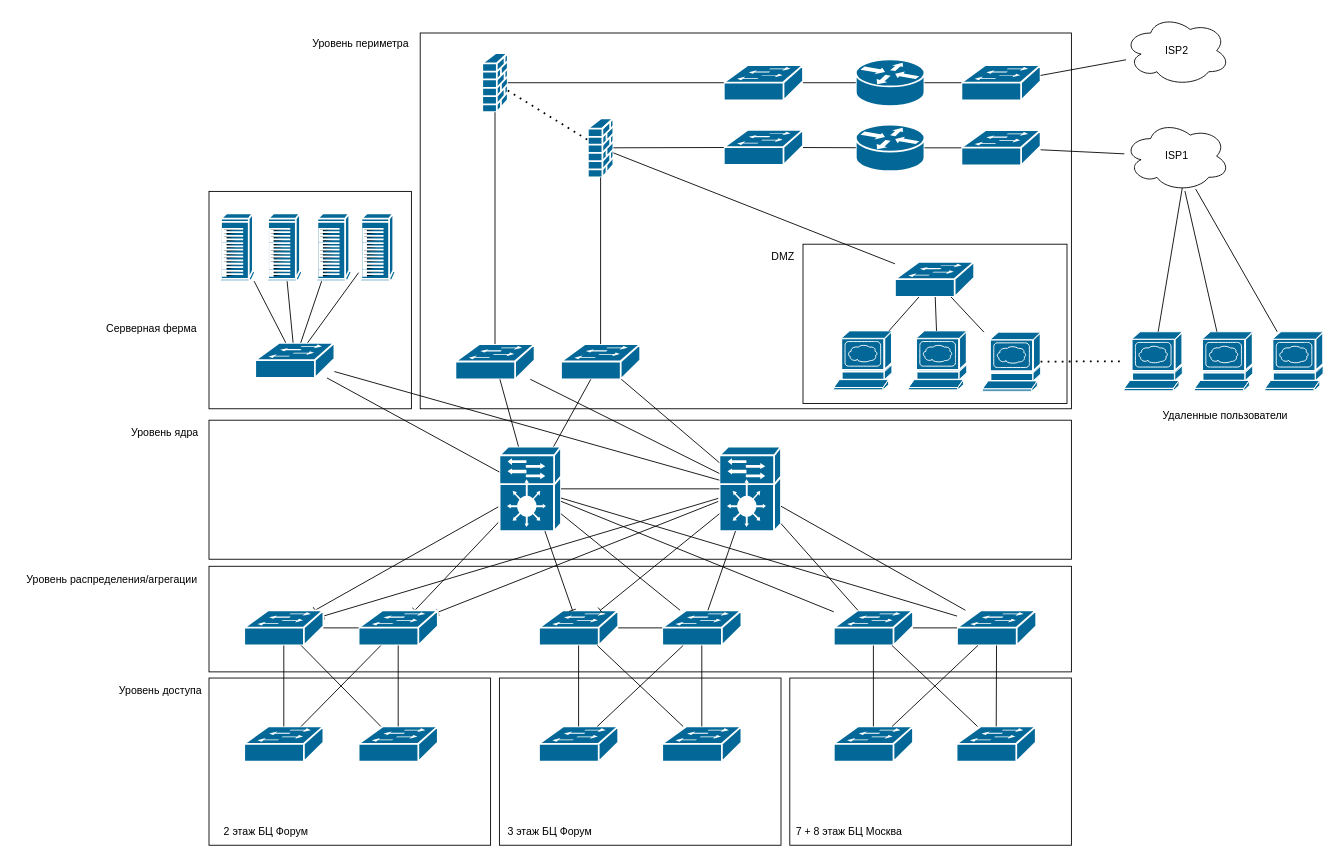
Earlier version of the draw.io diagram Untitled Diagram.drawio (kronalf/arhitektura_lan). Source tidied: cells renumbered, new cells numbered last; positions are measured from the earlier drawing's top-left corner, leaving out a move shared by most shapes. Both pictures are drawn from the tidied source at 88%, with x=0, y=0 at pixel (15, 15).
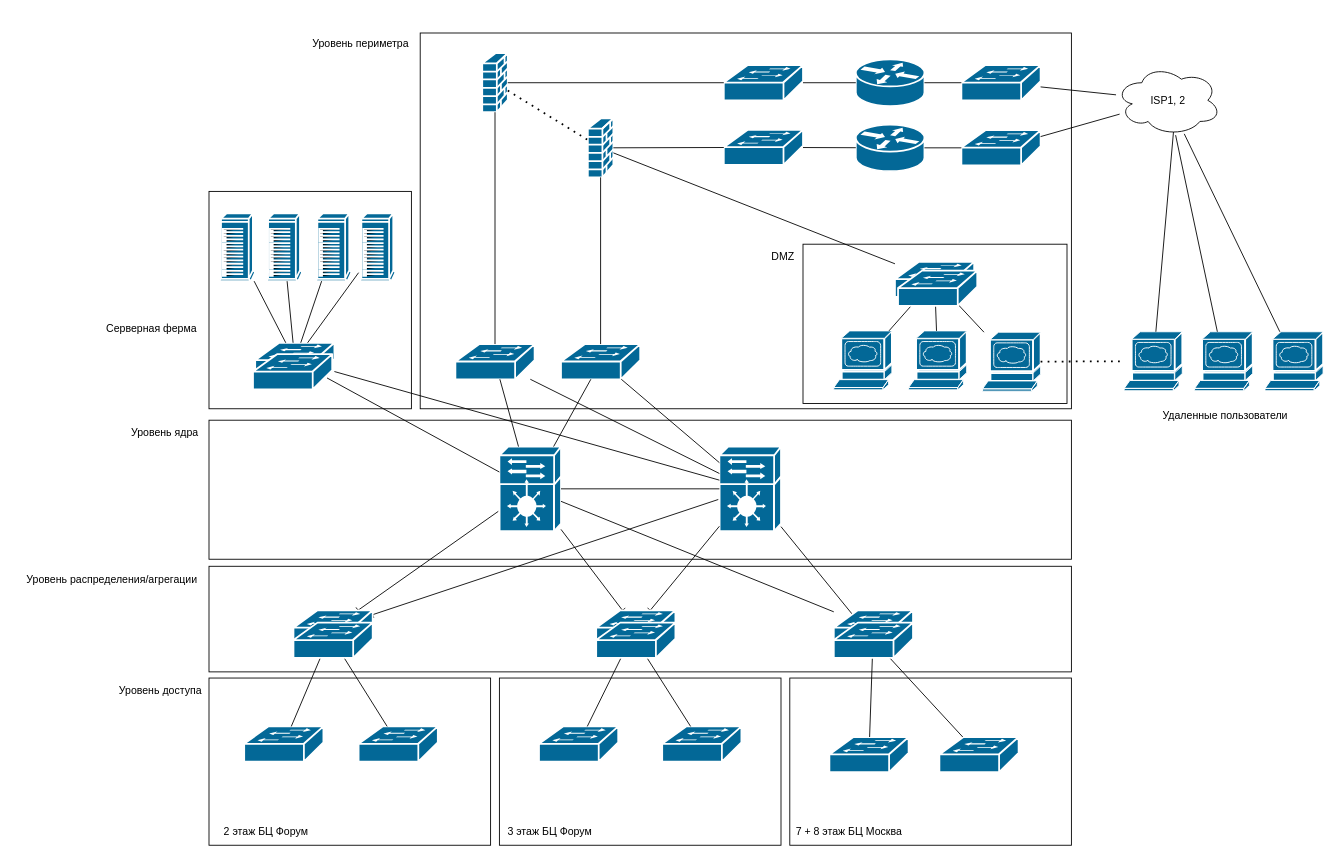
After the change.

The change refers to these unchanged cells:
```xml
<mxCell id="11" style="shape=mxgraph.cisco.controllers_and_modules.service_module;sketch=0;html=1;dashed=0;fillColor=#036897;strokeColor=#ffffff;strokeWidth=2;verticalLabelPosition=bottom;verticalAlign=top;align=center;outlineConnect=0;" parent="1" vertex="1">
  <mxGeometry x="550" y="490" width="70" height="96" as="geometry" />
</mxCell>
<mxCell id="12" style="shape=mxgraph.cisco.controllers_and_modules.service_module;sketch=0;html=1;dashed=0;fillColor=#036897;strokeColor=#ffffff;strokeWidth=2;verticalLabelPosition=bottom;verticalAlign=top;align=center;outlineConnect=0;" parent="1" vertex="1">
  <mxGeometry x="800" y="490" width="70" height="96" as="geometry" />
</mxCell>
<mxCell id="25" style="shape=mxgraph.cisco.switches.workgroup_switch;sketch=0;html=1;dashed=0;fillColor=#036897;strokeColor=#ffffff;strokeWidth=2;verticalLabelPosition=bottom;verticalAlign=top;align=center;outlineConnect=0;" parent="1" vertex="1">
  <mxGeometry x="1075" y="56.5" width="90" height="40" as="geometry" />
</mxCell>
<mxCell id="50" style="shape=mxgraph.cisco.switches.workgroup_switch;sketch=0;html=1;dashed=0;fillColor=#036897;strokeColor=#ffffff;strokeWidth=2;verticalLabelPosition=bottom;verticalAlign=top;align=center;outlineConnect=0;" parent="1" vertex="1">
  <mxGeometry x="260" y="808" width="90" height="40" as="geometry" />
</mxCell>
<mxCell id="51" style="shape=mxgraph.cisco.switches.workgroup_switch;sketch=0;html=1;dashed=0;fillColor=#036897;strokeColor=#ffffff;strokeWidth=2;verticalLabelPosition=bottom;verticalAlign=top;align=center;outlineConnect=0;" parent="1" vertex="1">
  <mxGeometry x="390" y="808" width="90" height="40" as="geometry" />
</mxCell>
<mxCell id="59" style="shape=mxgraph.cisco.switches.workgroup_switch;sketch=0;html=1;dashed=0;fillColor=#036897;strokeColor=#ffffff;strokeWidth=2;verticalLabelPosition=bottom;verticalAlign=top;align=center;outlineConnect=0;" parent="1" vertex="1">
  <mxGeometry x="735" y="808" width="90" height="40" as="geometry" />
</mxCell>
<mxCell id="60" style="shape=mxgraph.cisco.switches.workgroup_switch;sketch=0;html=1;dashed=0;fillColor=#036897;strokeColor=#ffffff;strokeWidth=2;verticalLabelPosition=bottom;verticalAlign=top;align=center;outlineConnect=0;" parent="1" vertex="1">
  <mxGeometry x="595" y="808" width="90" height="40" as="geometry" />
</mxCell>
```

Change to the diagram source:
```diff
@@
-    <mxCell id="9" style="rounded=0;jettySize=auto;html=1;endArrow=baseDash;endFill=0;" parent="1" edge="1" source="11" target="28">
-      <mxGeometry relative="1" as="geometry" />
-    </mxCell>
-    <mxCell id="10" style="rounded=0;jettySize=auto;html=1;endArrow=baseDash;endFill=0;" parent="1" edge="1" source="12" target="28">
-      <mxGeometry relative="1" as="geometry" />
-    </mxCell>
@@
     <mxCell id="13" style="shape=mxgraph.cisco.switches.workgroup_switch;sketch=0;html=1;dashed=0;fillColor=#036897;strokeColor=#ffffff;strokeWidth=2;verticalLabelPosition=bottom;verticalAlign=top;align=center;outlineConnect=0;" parent="1" vertex="1">
-      <mxGeometry x="260" y="676" width="90" height="40" as="geometry" />
+      <mxGeometry x="316" y="676" width="90" height="40" as="geometry" />
     </mxCell>
@@
-    <mxCell id="19" style="shape=mxgraph.cisco.switches.workgroup_switch;sketch=0;html=1;dashed=0;fillColor=#036897;strokeColor=#ffffff;strokeWidth=2;verticalLabelPosition=bottom;verticalAlign=top;align=center;outlineConnect=0;" parent="1" vertex="1">
-      <mxGeometry x="595" y="676" width="90" height="40" as="geometry" />
-    </mxCell>
@@
-    <mxCell id="28" style="shape=mxgraph.cisco.switches.workgroup_switch;sketch=0;html=1;dashed=0;fillColor=#036897;strokeColor=#ffffff;strokeWidth=2;verticalLabelPosition=bottom;verticalAlign=top;align=center;outlineConnect=0;" parent="1" vertex="1">
-      <mxGeometry x="390" y="676" width="90" height="40" as="geometry" />
-    </mxCell>
@@
-    <mxCell id="36" style="shape=mxgraph.cisco.switches.workgroup_switch;sketch=0;html=1;dashed=0;fillColor=#036897;strokeColor=#ffffff;strokeWidth=2;verticalLabelPosition=bottom;verticalAlign=top;align=center;outlineConnect=0;" parent="1" vertex="1">
-      <mxGeometry x="735" y="676" width="90" height="40" as="geometry" />
-    </mxCell>
-    <mxCell id="37" style="shape=mxgraph.cisco.switches.workgroup_switch;sketch=0;html=1;dashed=0;fillColor=#036897;strokeColor=#ffffff;strokeWidth=2;verticalLabelPosition=bottom;verticalAlign=top;align=center;outlineConnect=0;" parent="1" vertex="1">
-      <mxGeometry x="930" y="676" width="90" height="40" as="geometry" />
-    </mxCell>
-    <mxCell id="38" style="shape=mxgraph.cisco.switches.workgroup_switch;sketch=0;html=1;dashed=0;fillColor=#036897;strokeColor=#ffffff;strokeWidth=2;verticalLabelPosition=bottom;verticalAlign=top;align=center;outlineConnect=0;" parent="1" vertex="1">
-      <mxGeometry x="1070" y="676" width="90" height="40" as="geometry" />
-    </mxCell>
-    <mxCell id="39" style="endArrow=none;html=1;rounded=0;" parent="1" edge="1" source="13" target="28">
-      <mxGeometry relative="1" as="geometry" />
-    </mxCell>
-    <mxCell id="40" style="endArrow=none;html=1;rounded=0;" parent="1" edge="1" source="19" target="36">
-      <mxGeometry relative="1" as="geometry" />
-    </mxCell>
-    <mxCell id="41" style="endArrow=none;html=1;rounded=0;" parent="1" edge="1" source="37" target="38">
-      <mxGeometry relative="1" as="geometry" />
-    </mxCell>
-    <mxCell id="42" style="endArrow=none;html=1;rounded=0;" parent="1" edge="1" source="36" target="11">
-      <mxGeometry relative="1" as="geometry" />
-    </mxCell>
-    <mxCell id="43" style="endArrow=none;html=1;rounded=0;" parent="1" edge="1" source="36" target="12">
-      <mxGeometry relative="1" as="geometry" />
-    </mxCell>
-    <mxCell id="44" style="endArrow=none;html=1;rounded=0;" parent="1" edge="1" source="37" target="12">
-      <mxGeometry relative="1" as="geometry" />
-    </mxCell>
@@
-    <mxCell id="47" style="endArrow=none;html=1;rounded=0;" parent="1" edge="1" source="11" target="38">
-      <mxGeometry relative="1" as="geometry" />
-    </mxCell>
@@
-    <mxCell id="52" value="ISP2" style="ellipse;shape=cloud;whiteSpace=wrap;html=1;" parent="1" vertex="1">
-      <mxGeometry x="1260" width="120" height="80" as="geometry" />
-    </mxCell>
-    <mxCell id="53" value="ISP1" style="ellipse;shape=cloud;whiteSpace=wrap;html=1;" parent="1" vertex="1">
-      <mxGeometry x="1260" y="120" width="120" height="80" as="geometry" />
+    <mxCell id="53" value="ISP1, 2" style="ellipse;shape=cloud;whiteSpace=wrap;html=1;" parent="1" vertex="1">
+      <mxGeometry x="1250" y="56.5" width="120" height="80" as="geometry" />
     </mxCell>
@@
-    <mxCell id="55" style="endArrow=none;html=1;rounded=0;" parent="1" edge="1" source="50" target="28">
-      <mxGeometry relative="1" as="geometry" />
-    </mxCell>
-    <mxCell id="56" style="endArrow=none;html=1;rounded=0;" parent="1" edge="1" source="51" target="13">
-      <mxGeometry relative="1" as="geometry" />
-    </mxCell>
@@
-    <mxCell id="63" style="endArrow=none;html=1;rounded=0;" parent="1" edge="1" source="59" target="19">
-      <mxGeometry relative="1" as="geometry" />
-    </mxCell>
-    <mxCell id="64" style="endArrow=none;html=1;rounded=0;" parent="1" edge="1" source="60" target="36">
-      <mxGeometry relative="1" as="geometry" />
-    </mxCell>
@@
     <mxCell id="67" style="shape=mxgraph.cisco.switches.workgroup_switch;sketch=0;html=1;dashed=0;fillColor=#036897;strokeColor=#ffffff;strokeWidth=2;verticalLabelPosition=bottom;verticalAlign=top;align=center;outlineConnect=0;" parent="1" vertex="1">
-      <mxGeometry x="1069.5" y="808" width="90" height="40" as="geometry" />
+      <mxGeometry x="1050" y="820" width="90" height="40" as="geometry" />
     </mxCell>
     <mxCell id="68" style="shape=mxgraph.cisco.switches.workgroup_switch;sketch=0;html=1;dashed=0;fillColor=#036897;strokeColor=#ffffff;strokeWidth=2;verticalLabelPosition=bottom;verticalAlign=top;align=center;outlineConnect=0;" parent="1" vertex="1">
-      <mxGeometry x="930" y="808" width="90" height="40" as="geometry" />
+      <mxGeometry x="925" y="820" width="90" height="40" as="geometry" />
     </mxCell>
@@
-    <mxCell id="71" style="endArrow=none;html=1;rounded=0;" parent="1" edge="1" source="68" target="38">
-      <mxGeometry relative="1" as="geometry" />
-    </mxCell>
-    <mxCell id="72" style="endArrow=none;html=1;rounded=0;" parent="1" edge="1" source="67" target="37">
-      <mxGeometry relative="1" as="geometry" />
-    </mxCell>
@@
-    <mxCell id="93" style="endArrow=none;html=1;rounded=0;" parent="1" edge="1" source="25" target="52">
+    <mxCell id="93" style="endArrow=none;html=1;rounded=0;" parent="1" edge="1" source="25" target="53">
       <mxGeometry relative="1" as="geometry" />
     </mxCell>
@@
+    <mxCell id="115" style="shape=mxgraph.cisco.switches.workgroup_switch;sketch=0;html=1;dashed=0;fillColor=#036897;strokeColor=#ffffff;strokeWidth=2;verticalLabelPosition=bottom;verticalAlign=top;align=center;" parent="1" vertex="1">
+      <mxGeometry x="270" y="385" width="90" height="40" as="geometry" />
+    </mxCell>
+    <mxCell id="28" style="shape=mxgraph.cisco.switches.workgroup_switch;sketch=0;html=1;dashed=0;fillColor=#036897;strokeColor=#ffffff;strokeWidth=2;verticalLabelPosition=bottom;verticalAlign=top;align=center;outlineConnect=0;" parent="1" vertex="1">
+      <mxGeometry x="316" y="690" width="90" height="40" as="geometry" />
+    </mxCell>
+    <mxCell id="116" style="shape=mxgraph.cisco.switches.workgroup_switch;sketch=0;html=1;dashed=0;fillColor=#036897;strokeColor=#ffffff;strokeWidth=2;verticalLabelPosition=bottom;verticalAlign=top;align=center;" parent="1" vertex="1">
+      <mxGeometry x="1003" y="290" width="90" height="40" as="geometry" />
+    </mxCell>
+    <mxCell id="37" style="shape=mxgraph.cisco.switches.workgroup_switch;sketch=0;html=1;dashed=0;fillColor=#036897;strokeColor=#ffffff;strokeWidth=2;verticalLabelPosition=bottom;verticalAlign=top;align=center;outlineConnect=0;" parent="1" vertex="1">
+      <mxGeometry x="930" y="676" width="90" height="40" as="geometry" />
+    </mxCell>
+    <mxCell id="38" style="shape=mxgraph.cisco.switches.workgroup_switch;sketch=0;html=1;dashed=0;fillColor=#036897;strokeColor=#ffffff;strokeWidth=2;verticalLabelPosition=bottom;verticalAlign=top;align=center;outlineConnect=0;" parent="1" vertex="1">
+      <mxGeometry x="930" y="690" width="90" height="40" as="geometry" />
+    </mxCell>
+    <mxCell id="19" style="shape=mxgraph.cisco.switches.workgroup_switch;sketch=0;html=1;dashed=0;fillColor=#036897;strokeColor=#ffffff;strokeWidth=2;verticalLabelPosition=bottom;verticalAlign=top;align=center;outlineConnect=0;" parent="1" vertex="1">
+      <mxGeometry x="660" y="676" width="90" height="40" as="geometry" />
+    </mxCell>
+    <mxCell id="36" style="shape=mxgraph.cisco.switches.workgroup_switch;sketch=0;html=1;dashed=0;fillColor=#036897;strokeColor=#ffffff;strokeWidth=2;verticalLabelPosition=bottom;verticalAlign=top;align=center;outlineConnect=0;" parent="1" vertex="1">
+      <mxGeometry x="660" y="690" width="90" height="40" as="geometry" />
+    </mxCell>
```
